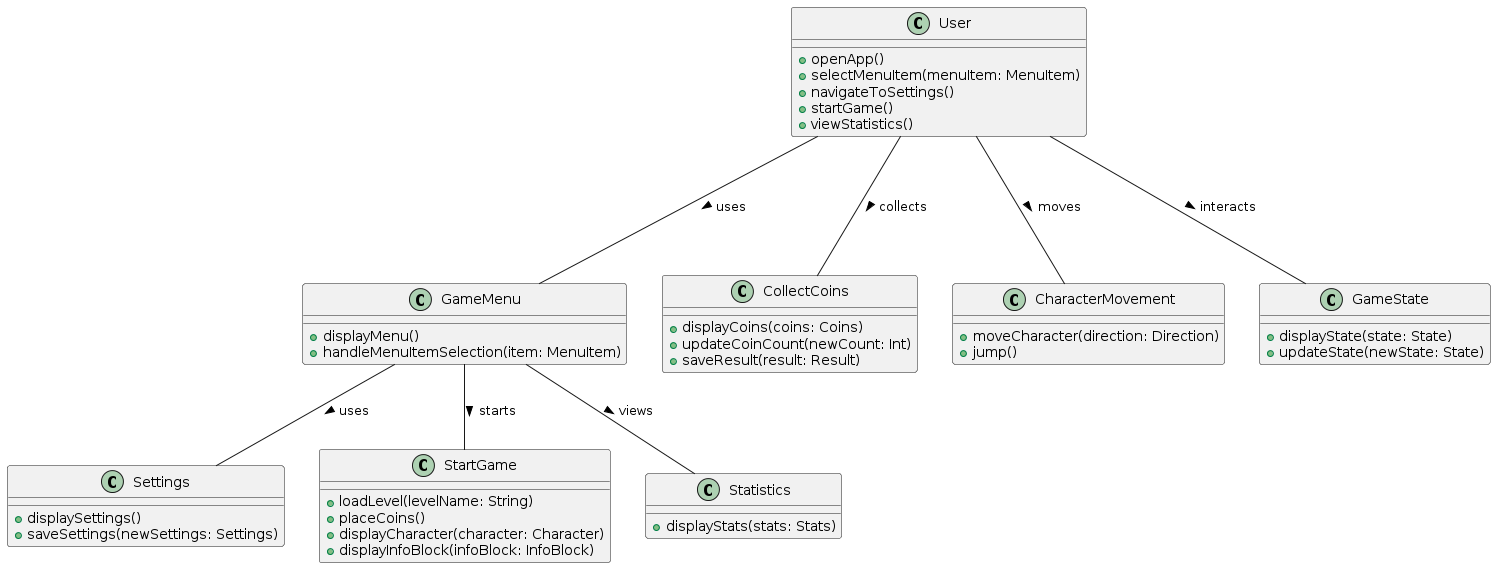
Above: docs/class_diagram.png in Muuuve/My-Project (PlantUML), before the change.
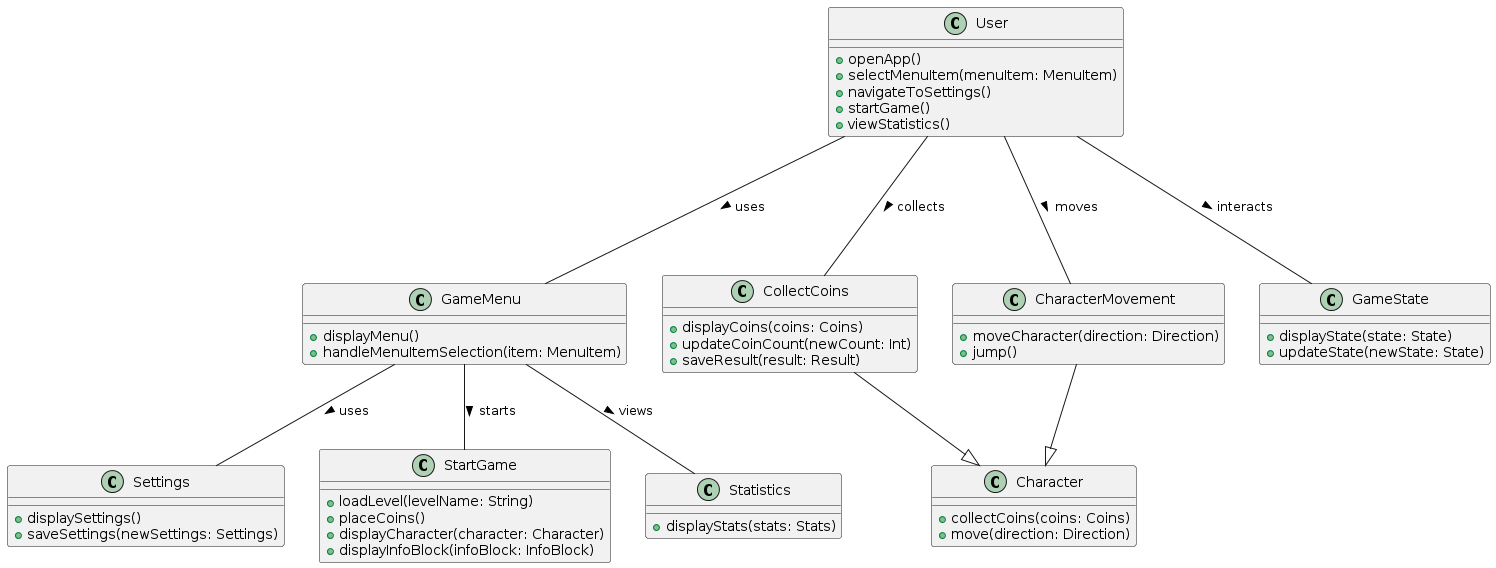
Later version of the same file.

Change to the diagram source:
```diff
@@ -39,6 +39,11 @@
     +jump()
 }
 
+class Character {
+    +collectCoins(coins: Coins)
+    +move(direction: Direction)
+}
+
 class GameState {
     +displayState(state: State)
     +updateState(newState: State)
@@ -51,4 +56,7 @@
 GameMenu -- "StartGame" : starts >
 GameMenu -- "Settings" : uses >
 GameMenu -- "Statistics" : views >
+
+CollectCoins --|> Character
+CharacterMovement --|> Character
 @enduml
```
